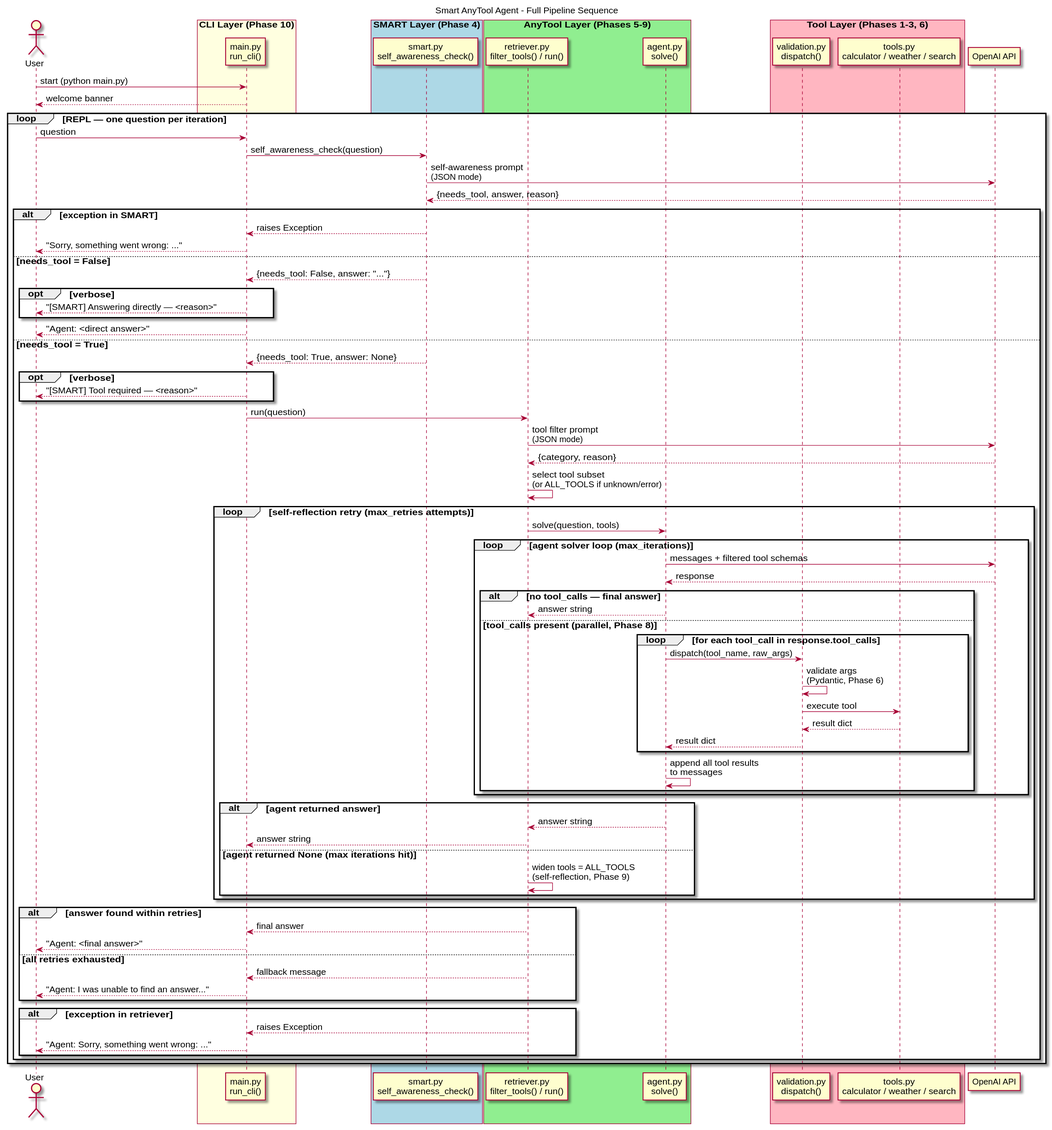
This is diagrams/docs/additional-notes/full-pipeline.svg from Buffden/smart-anytool-agent, a PlantUML export, as it was before one commit.
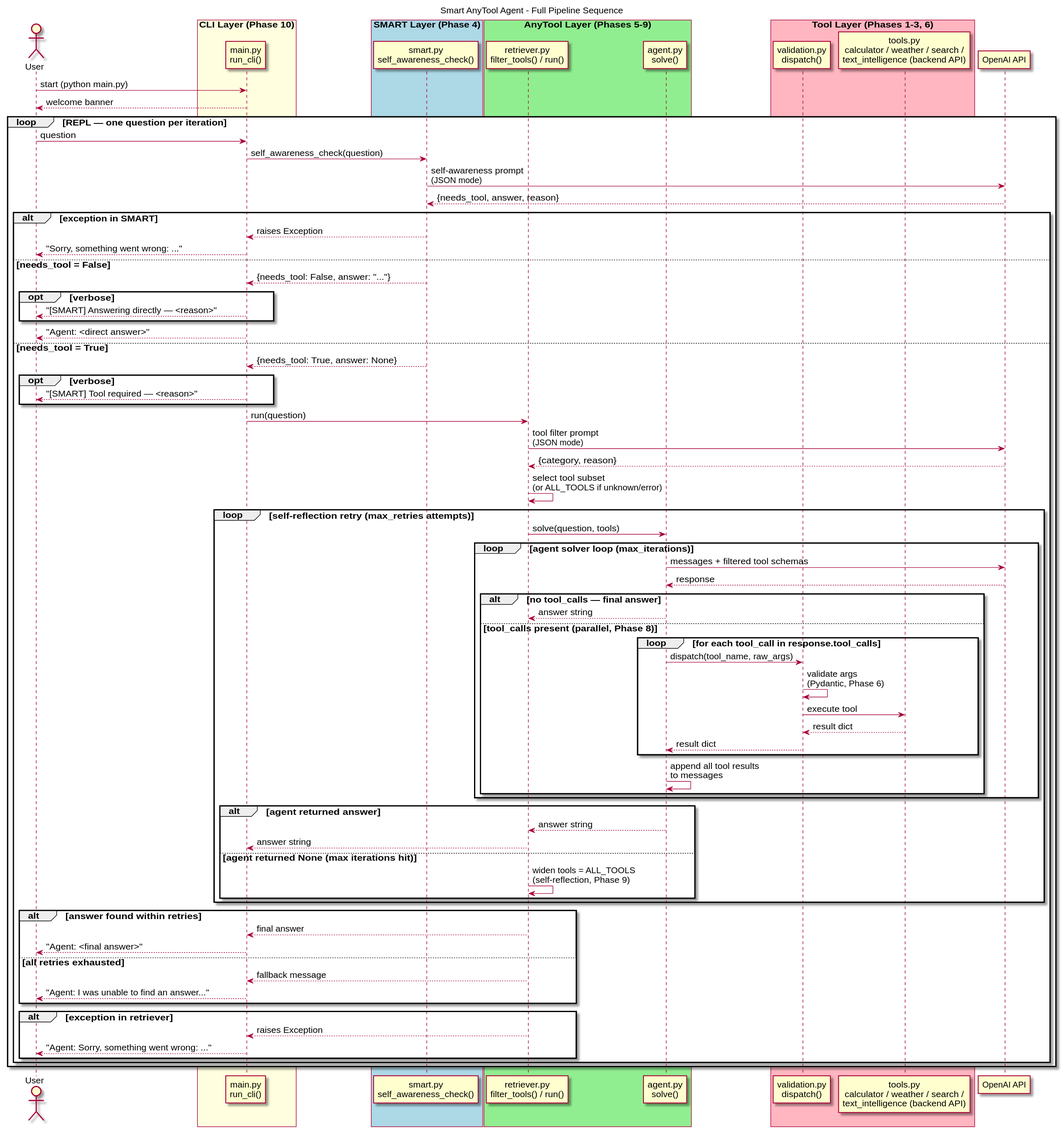
Later version of the same file.

Commit message:
chore: auto-export diagrams [skip ci]

The edit, as a diff of the source:
```diff
@@ -19,7 +19,7 @@
 
 box "Tool Layer (Phases 1-3, 6)" #LightPink
   participant "validation.py\ndispatch()" as Validation
-  participant "tools.py\ncalculator / weather / search" as Tools
+  participant "tools.py\ncalculator / weather / search /\ntext_intelligence (backend API)" as Tools
 end box
 
 participant "OpenAI API" as OpenAI
```
